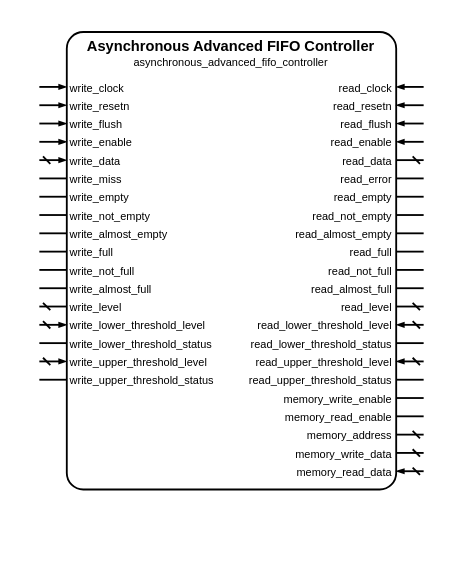
Earlier version of the draw.io diagram sources/data/controllers/asynchronous_advanced_fifo/asynchronous_advanced_fifo_controller.symbol.drawio (Louis-DR/OmniCores-BuildingBlocks). Source tidied: cells renumbered, new cells numbered last; positions are measured from the earlier drawing's top-left corner, leaving out a move shared by most shapes. Both pictures are drawn from the tidied source at 183%, with x=0, y=0 at pixel (38, 31).
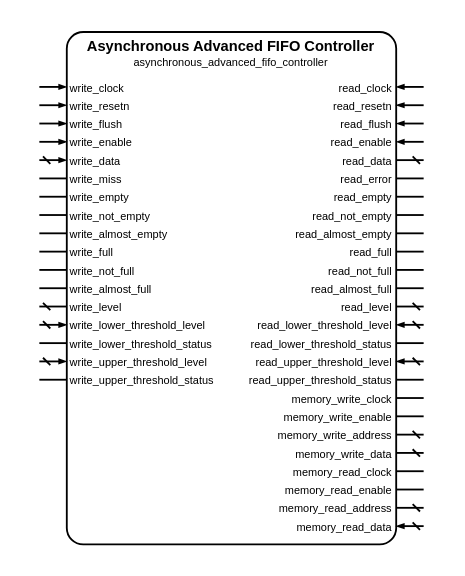
The same diagram, later.

The edit, as a diff of the source:
```diff
@@
     <mxCell id="2" style="group;" parent="1" vertex="1">
-      <mxGeometry width="210" height="250" as="geometry" />
+      <mxGeometry width="210" height="280" as="geometry" />
     </mxCell>
     <mxCell id="3" style="rounded=1;arcSize=5;fillColor=none;strokeWidth=1;strokeColor=black;whiteSpace=wrap;html=1;" parent="2" vertex="1">
-      <mxGeometry x="15" width="180" height="250" as="geometry" />
+      <mxGeometry x="15" width="180" height="280" as="geometry" />
     </mxCell>
@@
+    <mxCell id="84" value="memory_write_clock" style="text;html=1;align=right;verticalAlign=middle;whiteSpace=wrap;rounded=0;fontSize=6;fontStyle=0;fontColor=black;" parent="2" vertex="1">
+      <mxGeometry x="15" y="200" width="180" as="geometry" />
+    </mxCell>
+    <mxCell id="85" style="html=1;rounded=1;strokeWidth=1;strokeColor=black;startFill=0;startSize=2;startArrow=none;endFill=1;endSize=2;endArrow=none;sourcePerimeterSpacing=0;" parent="2" edge="1">
+      <mxGeometry relative="1" as="geometry">
+        <mxPoint x="210" y="200" as="sourcePoint" />
+        <mxPoint x="195" y="200" as="targetPoint" />
+      </mxGeometry>
+    </mxCell>
     <mxCell id="74" value="memory_write_enable" style="text;html=1;align=right;verticalAlign=middle;whiteSpace=wrap;rounded=0;fontSize=6;fontStyle=0;fontColor=black;" parent="2" vertex="1">
-      <mxGeometry x="15" y="200" width="180" as="geometry" />
+      <mxGeometry x="15" y="210" width="180" as="geometry" />
     </mxCell>
     <mxCell id="75" style="html=1;rounded=1;strokeWidth=1;strokeColor=black;startFill=0;startSize=2;startArrow=none;endFill=1;endSize=2;endArrow=none;sourcePerimeterSpacing=0;" parent="2" edge="1">
       <mxGeometry relative="1" as="geometry">
-        <mxPoint x="210" y="200" as="sourcePoint" />
-        <mxPoint x="195" y="200" as="targetPoint" />
+        <mxPoint x="210" y="210" as="sourcePoint" />
+        <mxPoint x="195" y="210" as="targetPoint" />
       </mxGeometry>
     </mxCell>
+    <mxCell id="86" value="memory_write_address" style="text;html=1;align=right;verticalAlign=middle;whiteSpace=wrap;rounded=0;fontSize=6;fontStyle=0;fontColor=black;" parent="2" vertex="1">
+      <mxGeometry x="15" y="220" width="180" as="geometry" />
+    </mxCell>
+    <mxCell id="87" style="html=1;rounded=1;strokeWidth=1;strokeColor=black;startFill=0;startSize=2;startArrow=dash;endFill=1;endSize=2;endArrow=none;sourcePerimeterSpacing=0;" parent="2" edge="1">
+      <mxGeometry relative="1" as="geometry">
+        <mxPoint x="210" y="220" as="sourcePoint" />
+        <mxPoint x="195" y="220" as="targetPoint" />
+      </mxGeometry>
+    </mxCell>
+    <mxCell id="80" value="memory_write_data" style="text;html=1;align=right;verticalAlign=middle;whiteSpace=wrap;rounded=0;fontSize=6;fontStyle=0;fontColor=black;" parent="2" vertex="1">
+      <mxGeometry x="15" y="230" width="180" as="geometry" />
+    </mxCell>
+    <mxCell id="81" style="html=1;rounded=1;strokeWidth=1;strokeColor=black;startFill=0;startSize=2;startArrow=dash;endFill=1;endSize=2;endArrow=none;sourcePerimeterSpacing=0;" parent="2" edge="1">
+      <mxGeometry relative="1" as="geometry">
+        <mxPoint x="210" y="230" as="sourcePoint" />
+        <mxPoint x="195" y="230" as="targetPoint" />
+      </mxGeometry>
+    </mxCell>
+    <mxCell id="88" value="memory_read_clock" style="text;html=1;align=right;verticalAlign=middle;whiteSpace=wrap;rounded=0;fontSize=6;fontStyle=0;fontColor=black;" parent="2" vertex="1">
+      <mxGeometry x="15" y="240" width="180" as="geometry" />
+    </mxCell>
+    <mxCell id="89" style="html=1;rounded=1;strokeWidth=1;strokeColor=black;startFill=0;startSize=2;startArrow=none;endFill=1;endSize=2;endArrow=none;sourcePerimeterSpacing=0;" parent="2" edge="1">
+      <mxGeometry relative="1" as="geometry">
+        <mxPoint x="210" y="240" as="sourcePoint" />
+        <mxPoint x="195" y="240" as="targetPoint" />
+      </mxGeometry>
+    </mxCell>
     <mxCell id="76" value="memory_read_enable" style="text;html=1;align=right;verticalAlign=middle;whiteSpace=wrap;rounded=0;fontSize=6;fontStyle=0;fontColor=black;" parent="2" vertex="1">
-      <mxGeometry x="15" y="210" width="180" as="geometry" />
+      <mxGeometry x="15" y="250" width="180" as="geometry" />
     </mxCell>
     <mxCell id="77" style="html=1;rounded=1;strokeWidth=1;strokeColor=black;startFill=0;startSize=2;startArrow=none;endFill=1;endSize=2;endArrow=none;sourcePerimeterSpacing=0;" parent="2" edge="1">
       <mxGeometry relative="1" as="geometry">
-        <mxPoint x="210" y="210" as="sourcePoint" />
-        <mxPoint x="195" y="210" as="targetPoint" />
+        <mxPoint x="210" y="250" as="sourcePoint" />
+        <mxPoint x="195" y="250" as="targetPoint" />
       </mxGeometry>
     </mxCell>
-    <mxCell id="78" value="memory_address" style="text;html=1;align=right;verticalAlign=middle;whiteSpace=wrap;rounded=0;fontSize=6;fontStyle=0;fontColor=black;" parent="2" vertex="1">
-      <mxGeometry x="15" y="220" width="180" as="geometry" />
-    </mxCell>
-    <mxCell id="79" style="html=1;rounded=1;strokeWidth=1;strokeColor=black;startFill=0;startSize=2;startArrow=dash;endFill=1;endSize=2;endArrow=none;sourcePerimeterSpacing=0;" parent="2" edge="1">
-      <mxGeometry relative="1" as="geometry">
-        <mxPoint x="210" y="220" as="sourcePoint" />
-        <mxPoint x="195" y="220" as="targetPoint" />
-      </mxGeometry>
-    </mxCell>
-    <mxCell id="80" value="memory_write_data" style="text;html=1;align=right;verticalAlign=middle;whiteSpace=wrap;rounded=0;fontSize=6;fontStyle=0;fontColor=black;" parent="2" vertex="1">
-      <mxGeometry x="15" y="230" width="180" as="geometry" />
-    </mxCell>
-    <mxCell id="81" style="html=1;rounded=1;strokeWidth=1;strokeColor=black;startFill=0;startSize=2;startArrow=dash;endFill=1;endSize=2;endArrow=none;sourcePerimeterSpacing=0;" parent="2" edge="1">
-      <mxGeometry relative="1" as="geometry">
-        <mxPoint x="210" y="230" as="sourcePoint" />
-        <mxPoint x="195" y="230" as="targetPoint" />
-      </mxGeometry>
-    </mxCell>
+    <mxCell id="90" value="memory_read_address" style="text;html=1;align=right;verticalAlign=middle;whiteSpace=wrap;rounded=0;fontSize=6;fontStyle=0;fontColor=black;" parent="2" vertex="1">
+      <mxGeometry x="15" y="260" width="180" as="geometry" />
+    </mxCell>
+    <mxCell id="91" style="html=1;rounded=1;strokeWidth=1;strokeColor=black;startFill=0;startSize=2;startArrow=dash;endFill=1;endSize=2;endArrow=none;sourcePerimeterSpacing=0;" parent="2" edge="1">
+      <mxGeometry relative="1" as="geometry">
+        <mxPoint x="210" y="260" as="sourcePoint" />
+        <mxPoint x="195" y="260" as="targetPoint" />
+      </mxGeometry>
+    </mxCell>
     <mxCell id="82" value="memory_read_data" style="text;html=1;align=right;verticalAlign=middle;whiteSpace=wrap;rounded=0;fontSize=6;fontStyle=0;fontColor=black;" parent="2" vertex="1">
-      <mxGeometry x="15" y="240" width="180" as="geometry" />
+      <mxGeometry x="15" y="270" width="180" as="geometry" />
     </mxCell>
     <mxCell id="83" style="html=1;rounded=1;strokeWidth=1;strokeColor=black;startFill=0;startSize=2;startArrow=dash;endFill=1;endSize=2;endArrow=blockThin;sourcePerimeterSpacing=0;" parent="2" edge="1">
       <mxGeometry relative="1" as="geometry">
-        <mxPoint x="210" y="240" as="sourcePoint" />
-        <mxPoint x="195" y="240" as="targetPoint" />
+        <mxPoint x="210" y="270" as="sourcePoint" />
+        <mxPoint x="195" y="270" as="targetPoint" />
       </mxGeometry>
     </mxCell>
```
